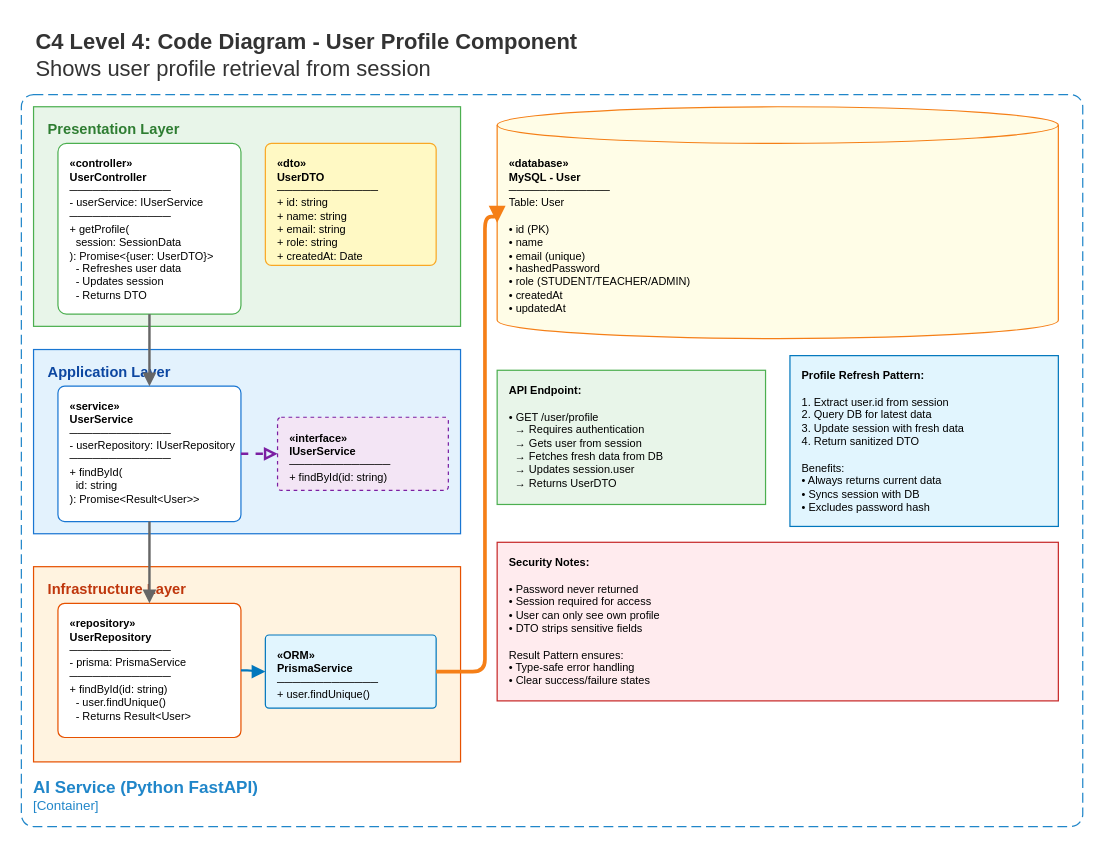
Earlier version of the draw.io diagram page "User" (5 of 7) of C4-Model/Level 4.drawio (CompassGPT/Documentation). Source tidied: cells renumbered, new cells numbered last; positions are measured from the earlier drawing's top-left corner, leaving out a move shared by most shapes. Both pictures are drawn from the tidied source at 122%, with x=0, y=0 at pixel (21, 21).
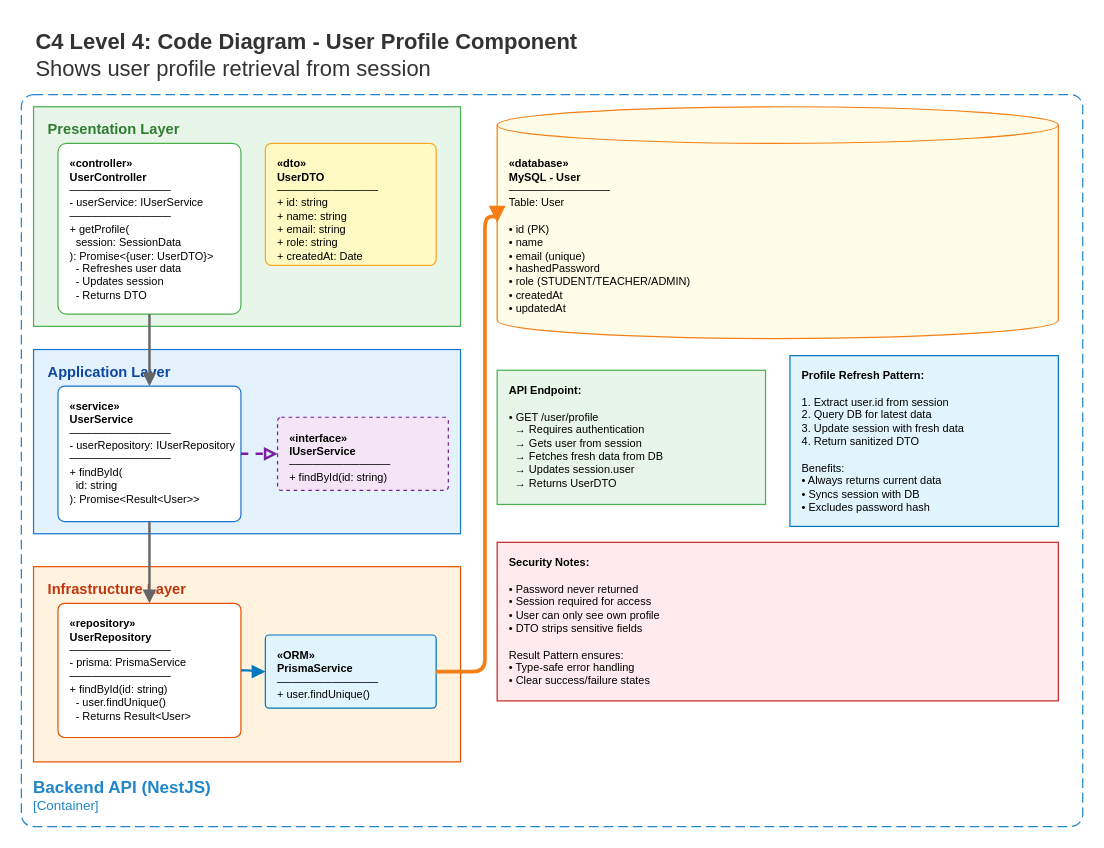
The same diagram, later.

Commit message (it also covers changes not shown here):
Update labels for Backend API (NestJS) in Level 4 diagram for consistency

What changed in the source:
```diff
@@
-    <mxCell id="21" value="&lt;font style=&quot;font-size: 14px&quot;&gt;&lt;b&gt;&lt;div style=&quot;text-align: left&quot;&gt;AI Service (Python FastAPI)&lt;/div&gt;&lt;/b&gt;&lt;/font&gt;&lt;div style=&quot;text-align: left&quot;&gt;[Container]&lt;/div&gt;" style="rounded=1;fontSize=11;whiteSpace=wrap;html=1;dashed=1;arcSize=20;fillColor=none;strokeColor=#2086C9;fontColor=#2086C9;labelBackgroundColor=none;align=left;verticalAlign=bottom;labelBorderColor=none;spacingTop=0;spacing=10;dashPattern=8 4;perimeter=rectanglePerimeter;noLabel=0;labelPadding=0;absoluteArcSize=1;" parent="1" vertex="1">
+    <mxCell id="21" value="&lt;font style=&quot;font-size: 14px&quot;&gt;&lt;b&gt;&lt;div style=&quot;text-align: left&quot;&gt;Backend API (NestJS)&lt;/div&gt;&lt;/b&gt;&lt;/font&gt;&lt;div style=&quot;text-align: left&quot;&gt;[Container]&lt;/div&gt;" style="rounded=1;fontSize=11;whiteSpace=wrap;html=1;dashed=1;arcSize=20;fillColor=none;strokeColor=#2086C9;fontColor=#2086C9;labelBackgroundColor=none;align=left;verticalAlign=bottom;labelBorderColor=none;spacingTop=0;spacing=10;dashPattern=8 4;perimeter=rectanglePerimeter;noLabel=0;labelPadding=0;absoluteArcSize=1;" parent="1" vertex="1">
       <mxGeometry y="60" width="870" height="600" as="geometry" />
     </mxCell>
```
